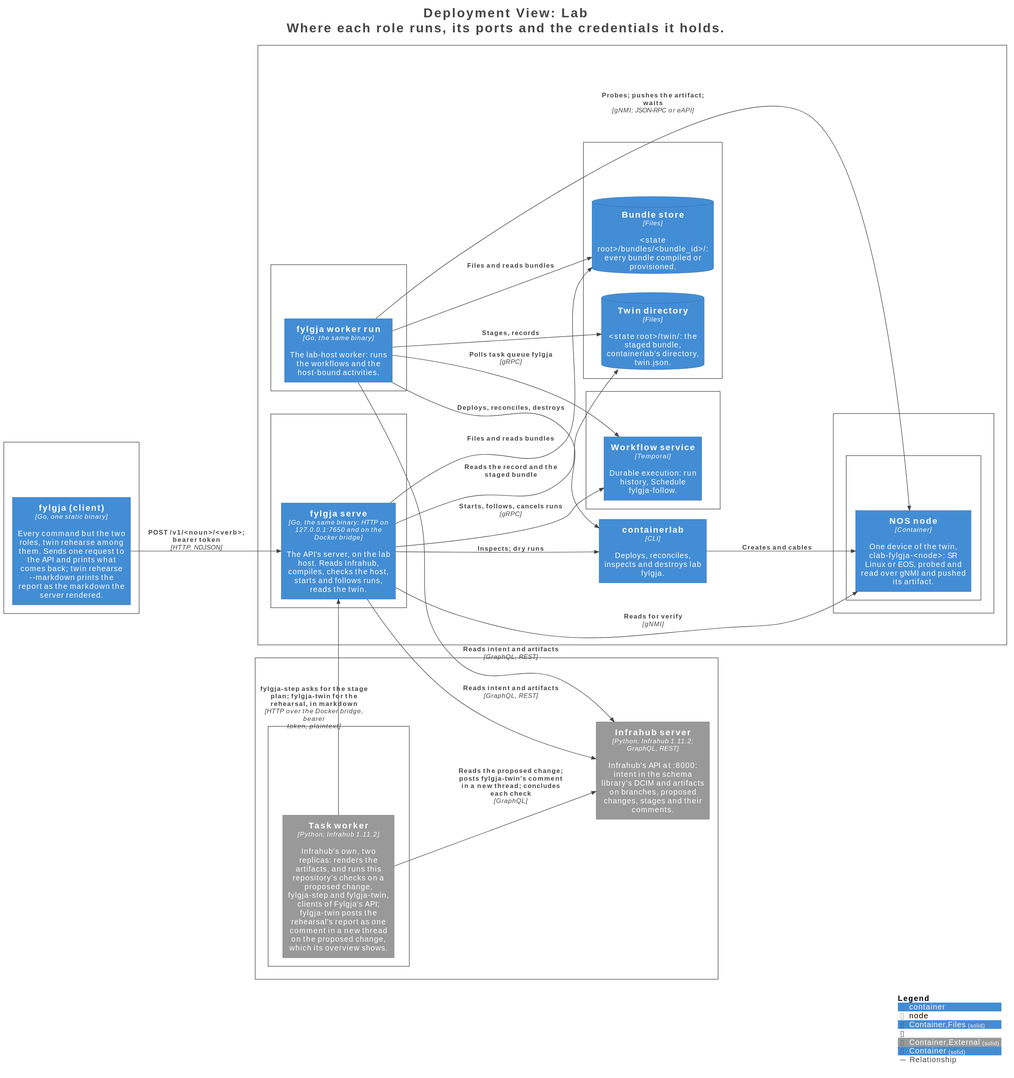
happypathnetworking/fylgja keeps this PlantUML diagram as docs/c4/structurizr-Deployment.svg. Above is the earlier version.
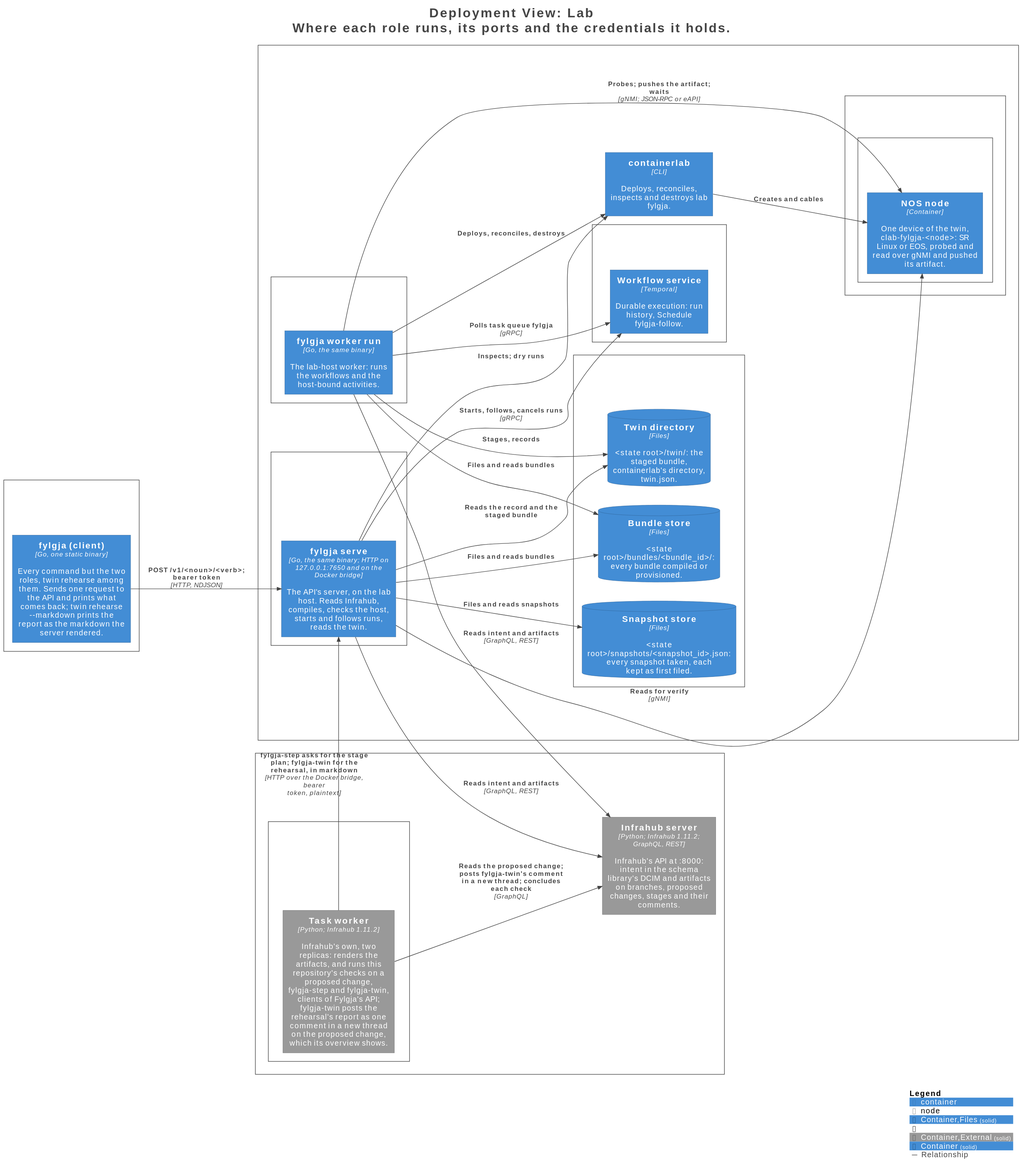
The same diagram one commit later.

Commit message:
docs(c4): the snapshot component and the snapshot store

The edit, as a diff of the source:
```diff
@@ -40,8 +40,9 @@
     Container(Lab.Labhost.temporalserverstartdev.Workflowservice_1, "Workflow service", $techn="Temporal", $descr="Durable execution: run history, Schedule fylgja-follow.", $tags="Container", $link="")
   }
 
-  Deployment_Node(Lab.Labhost.Stateroot, "State root", $type="directory", $descr="FYLGJA_STATE_ROOT: bundles/, twin/", $tags="Element", $link="") {
+  Deployment_Node(Lab.Labhost.Stateroot, "State root", $type="directory", $descr="FYLGJA_STATE_ROOT: bundles/, snapshots/, twin/", $tags="Element", $link="") {
     ContainerDb(Lab.Labhost.Stateroot.Bundlestore_1, "Bundle store", $techn="Files", $descr="<state root>/bundles/<bundle_id>/: every bundle compiled or provisioned.", $tags="Container,Files", $link="")
+    ContainerDb(Lab.Labhost.Stateroot.Snapshotstore_1, "Snapshot store", $techn="Files", $descr="<state root>/snapshots/<snapshot_id>.json: every snapshot taken, each kept as first filed.", $tags="Container,Files", $link="")
     ContainerDb(Lab.Labhost.Stateroot.Twindirectory_1, "Twin directory", $techn="Files", $descr="<state root>/twin/: the staged bundle, containerlab's directory, twin.json.", $tags="Container,Files", $link="")
   }
 
@@ -68,6 +69,7 @@
 Rel(Lab.Labhost.fylgjaworkerrun.fylgjaworkerrun_1, Lab.Labhost.temporalserverstartdev.Workflowservice_1, "Polls task queue fylgja", $techn="gRPC", $tags="Relationship", $link="")
 Rel(Lab.Labhost.fylgjaserve.fylgjaserve_1, Lab.Labhost.Stateroot.Bundlestore_1, "Files and reads bundles", $techn="", $tags="Relationship", $link="")
 Rel(Lab.Labhost.fylgjaworkerrun.fylgjaworkerrun_1, Lab.Labhost.Stateroot.Bundlestore_1, "Files and reads bundles", $techn="", $tags="Relationship", $link="")
+Rel(Lab.Labhost.fylgjaserve.fylgjaserve_1, Lab.Labhost.Stateroot.Snapshotstore_1, "Files and reads snapshots", $techn="", $tags="Relationship", $link="")
 Rel(Lab.Labhost.fylgjaserve.fylgjaserve_1, Lab.Labhost.Stateroot.Twindirectory_1, "Reads the record and the staged bundle", $techn="", $tags="Relationship", $link="")
 Rel(Lab.Labhost.fylgjaworkerrun.fylgjaworkerrun_1, Lab.Labhost.Stateroot.Twindirectory_1, "Stages, records", $techn="", $tags="Relationship", $link="")
 Rel(Lab.Labhost.fylgjaserve.fylgjaserve_1, Lab.Labhost.containerlab_1, "Inspects; dry runs", $techn="", $tags="Relationship", $link="")
```
